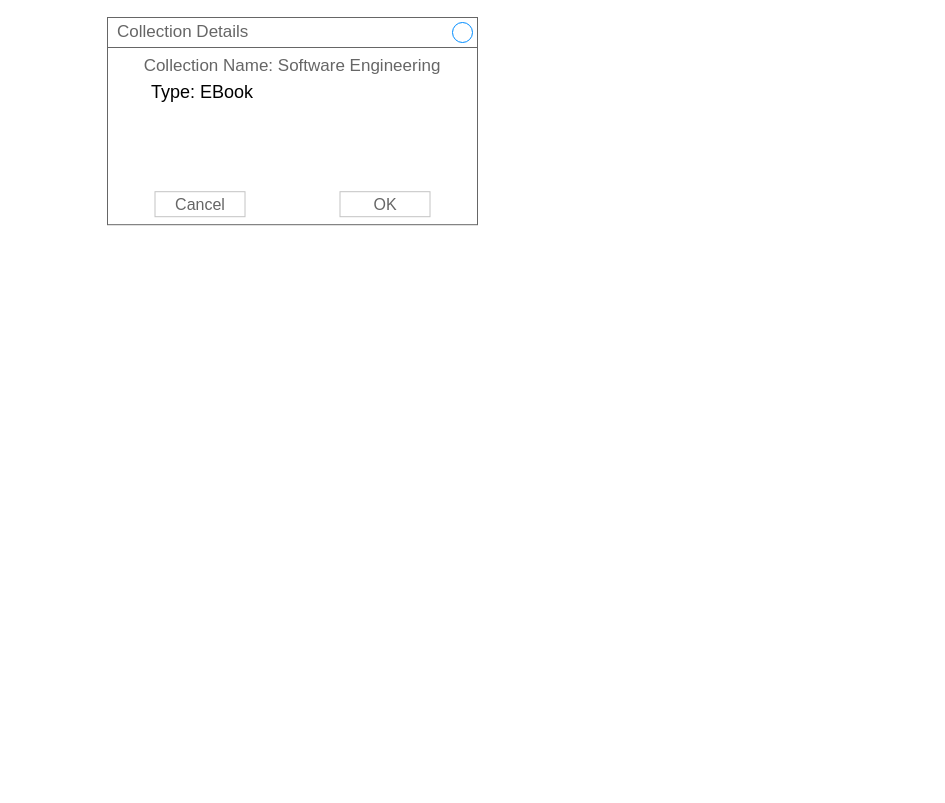
Earlier version of the draw.io diagram Use Case.drawio (jonamadk/DrawIO). Source tidied: cells renumbered, new cells numbered last; positions are measured from the earlier drawing's top-left corner, leaving out a move shared by most shapes. Both pictures are drawn from the tidied source at 100%, with x=0, y=0 at pixel (17, 17).
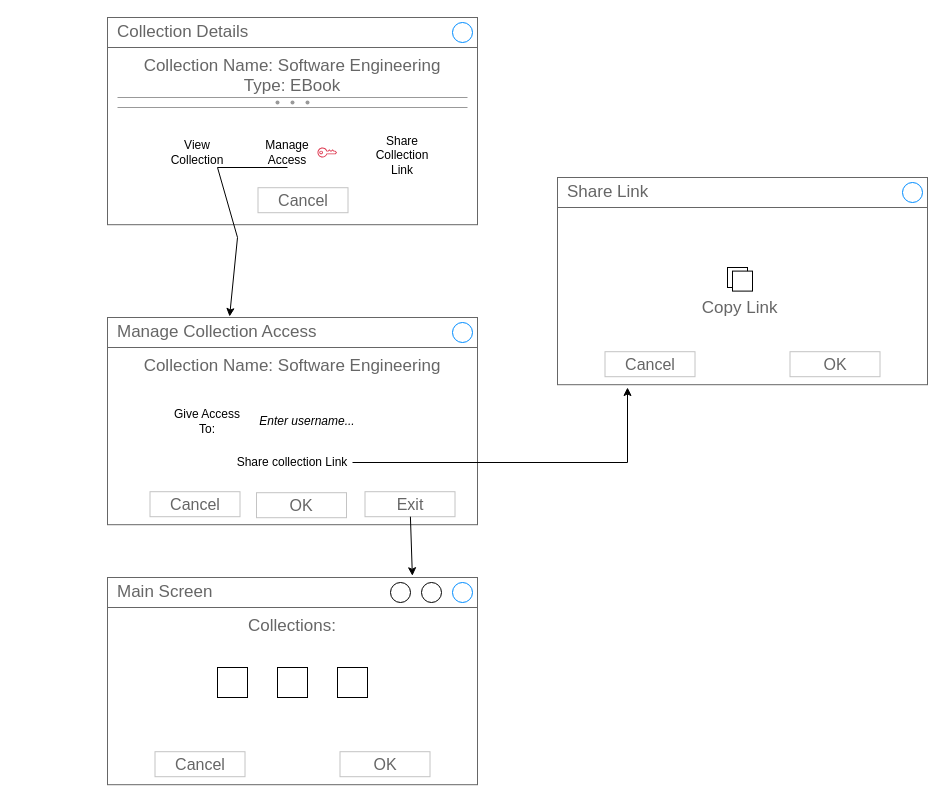
After the change.

Change to the diagram source:
```diff
@@
-    <mxCell id="2" value="Collection Name: Software Engineering" style="strokeWidth=1;shadow=0;dashed=0;align=center;html=1;shape=mxgraph.mockup.containers.rrect;rSize=0;strokeColor=#666666;fontColor=#666666;fontSize=17;verticalAlign=top;whiteSpace=wrap;fillColor=#ffffff;spacingTop=32;" parent="1" vertex="1">
+    <mxCell id="2" value="Collection Name: Software Engineering&lt;br&gt;Type: EBook&lt;br&gt;" style="strokeWidth=1;shadow=0;dashed=0;align=center;html=1;shape=mxgraph.mockup.containers.rrect;rSize=0;strokeColor=#666666;fontColor=#666666;fontSize=17;verticalAlign=top;whiteSpace=wrap;fillColor=#ffffff;spacingTop=32;" parent="1" vertex="1">
       <mxGeometry x="90" width="370" height="207.2" as="geometry" />
     </mxCell>
@@
     <mxCell id="5" value="Cancel" style="strokeWidth=1;shadow=0;dashed=0;align=center;html=1;shape=mxgraph.mockup.containers.rrect;rSize=0;fontSize=16;fontColor=#666666;strokeColor=#c4c4c4;whiteSpace=wrap;fillColor=none;" parent="2" vertex="1">
       <mxGeometry x="0.25" y="1" width="90" height="25" relative="1" as="geometry">
-        <mxPoint x="-45" y="-33" as="offset" />
+        <mxPoint x="58" y="-37" as="offset" />
       </mxGeometry>
     </mxCell>
-    <mxCell id="6" value="OK" style="strokeWidth=1;shadow=0;dashed=0;align=center;html=1;shape=mxgraph.mockup.containers.rrect;rSize=0;fontSize=16;fontColor=#666666;strokeColor=#c4c4c4;whiteSpace=wrap;fillColor=none;" parent="2" vertex="1">
-      <mxGeometry x="0.75" y="1" width="90" height="25" relative="1" as="geometry">
-        <mxPoint x="-45" y="-33" as="offset" />
-      </mxGeometry>
-    </mxCell>
-    <mxCell id="7" value="&lt;font style=&quot;font-size: 18px;&quot;&gt;Type: EBook&lt;/font&gt;" style="text;html=1;strokeColor=none;fillColor=none;align=center;verticalAlign=middle;whiteSpace=wrap;rounded=0;" parent="1" vertex="1">
-      <mxGeometry y="60" width="370" height="30" as="geometry" />
-    </mxCell>
+    <mxCell id="8" style="sketch=0;fontColor=#232F3E;gradientColor=none;fillColor=#DD344C;strokeColor=none;dashed=0;verticalLabelPosition=bottom;verticalAlign=top;align=center;html=1;fontSize=12;fontStyle=0;shape=mxgraph.aws4.addon;" parent="2" vertex="1">
+      <mxGeometry x="210" y="130" width="19.5" height="10" as="geometry" />
+    </mxCell>
+    <mxCell id="9" value="Manage Access" style="text;html=1;strokeColor=none;fillColor=none;align=center;verticalAlign=middle;whiteSpace=wrap;rounded=0;" parent="2" vertex="1">
+      <mxGeometry x="150" y="120" width="60" height="30" as="geometry" />
+    </mxCell>
+    <mxCell id="10" value="View Collection" style="text;html=1;strokeColor=none;fillColor=none;align=center;verticalAlign=middle;whiteSpace=wrap;rounded=0;" parent="2" vertex="1">
+      <mxGeometry x="60" y="120" width="60" height="30" as="geometry" />
+    </mxCell>
+    <mxCell id="11" style="verticalLabelPosition=bottom;shadow=0;dashed=0;align=center;html=1;verticalAlign=top;strokeWidth=1;shape=mxgraph.mockup.forms.splitter;strokeColor=#999999;" parent="2" vertex="1">
+      <mxGeometry x="10" y="80" width="350" height="10" as="geometry" />
+    </mxCell>
+    <mxCell id="12" value="Collection Name: Software Engineering&lt;br&gt;" style="strokeWidth=1;shadow=0;dashed=0;align=center;html=1;shape=mxgraph.mockup.containers.rrect;rSize=0;strokeColor=#666666;fontColor=#666666;fontSize=17;verticalAlign=top;whiteSpace=wrap;fillColor=#ffffff;spacingTop=32;" parent="1" vertex="1">
+      <mxGeometry x="90" y="300" width="370" height="207.2" as="geometry" />
+    </mxCell>
+    <mxCell id="13" value="Manage Collection Access" style="strokeWidth=1;shadow=0;dashed=0;align=center;html=1;shape=mxgraph.mockup.containers.rrect;rSize=0;fontSize=17;fontColor=#666666;strokeColor=#666666;align=left;spacingLeft=8;fillColor=none;whiteSpace=wrap;" parent="12" vertex="1">
+      <mxGeometry width="370" height="30" relative="1" as="geometry" />
+    </mxCell>
+    <mxCell id="14" style="shape=ellipse;strokeColor=#008cff;fillColor=none;html=1;" parent="13" vertex="1">
+      <mxGeometry x="1" y="0.5" width="20" height="20" relative="1" as="geometry">
+        <mxPoint x="-25" y="-10" as="offset" />
+      </mxGeometry>
+    </mxCell>
+    <mxCell id="15" value="Cancel" style="strokeWidth=1;shadow=0;dashed=0;align=center;html=1;shape=mxgraph.mockup.containers.rrect;rSize=0;fontSize=16;fontColor=#666666;strokeColor=#c4c4c4;whiteSpace=wrap;fillColor=none;" parent="12" vertex="1">
+      <mxGeometry x="0.25" y="1" width="90" height="25" relative="1" as="geometry">
+        <mxPoint x="-50" y="-33" as="offset" />
+      </mxGeometry>
+    </mxCell>
+    <mxCell id="16" value="Exit" style="strokeWidth=1;shadow=0;dashed=0;align=center;html=1;shape=mxgraph.mockup.containers.rrect;rSize=0;fontSize=16;fontColor=#666666;strokeColor=#c4c4c4;whiteSpace=wrap;fillColor=none;" parent="12" vertex="1">
+      <mxGeometry x="0.75" y="1" width="90" height="25" relative="1" as="geometry">
+        <mxPoint x="-20" y="-33" as="offset" />
+      </mxGeometry>
+    </mxCell>
+    <mxCell id="17" value="&lt;i&gt;Enter username...&lt;/i&gt;" style="text;html=1;strokeColor=none;fillColor=none;align=center;verticalAlign=middle;whiteSpace=wrap;rounded=0;" parent="12" vertex="1">
+      <mxGeometry x="140" y="88.6" width="120" height="30" as="geometry" />
+    </mxCell>
+    <mxCell id="18" value="Give Access To:" style="text;html=1;strokeColor=none;fillColor=none;align=center;verticalAlign=middle;whiteSpace=wrap;rounded=0;" parent="12" vertex="1">
+      <mxGeometry x="60" y="83.6" width="80" height="40" as="geometry" />
+    </mxCell>
+    <mxCell id="19" value="Share collection Link" style="text;html=1;strokeColor=none;fillColor=none;align=center;verticalAlign=middle;whiteSpace=wrap;rounded=0;" parent="12" vertex="1">
+      <mxGeometry x="125" y="130" width="120" height="30" as="geometry" />
+    </mxCell>
+    <mxCell id="20" value="OK" style="strokeWidth=1;shadow=0;dashed=0;align=center;html=1;shape=mxgraph.mockup.containers.rrect;rSize=0;fontSize=16;fontColor=#666666;strokeColor=#c4c4c4;whiteSpace=wrap;fillColor=none;" parent="12" vertex="1">
+      <mxGeometry x="149" y="175.2" width="90" height="25" as="geometry" />
+    </mxCell>
+    <mxCell id="21" style="endArrow=classic;html=1;rounded=0;entryX=0.33;entryY=-0.033;entryDx=0;entryDy=0;entryPerimeter=0;exitX=0.5;exitY=1;exitDx=0;exitDy=0;" parent="1" edge="1" source="9" target="13">
+      <mxGeometry relative="1" as="geometry">
+        <Array as="points">
+          <mxPoint x="200" y="150" />
+          <mxPoint x="220" y="220" />
+        </Array>
+      </mxGeometry>
+    </mxCell>
+    <mxCell id="22" value="&lt;br&gt;&lt;br&gt;&lt;br&gt;&lt;br&gt;Copy Link&amp;nbsp;" style="strokeWidth=1;shadow=0;dashed=0;align=center;html=1;shape=mxgraph.mockup.containers.rrect;rSize=0;strokeColor=#666666;fontColor=#666666;fontSize=17;verticalAlign=top;whiteSpace=wrap;fillColor=#ffffff;spacingTop=32;" parent="1" vertex="1">
+      <mxGeometry x="540" y="160" width="370" height="207.2" as="geometry" />
+    </mxCell>
+    <mxCell id="23" value="Share Link" style="strokeWidth=1;shadow=0;dashed=0;align=center;html=1;shape=mxgraph.mockup.containers.rrect;rSize=0;fontSize=17;fontColor=#666666;strokeColor=#666666;align=left;spacingLeft=8;fillColor=none;whiteSpace=wrap;" parent="22" vertex="1">
+      <mxGeometry width="370" height="30" relative="1" as="geometry" />
+    </mxCell>
+    <mxCell id="24" style="shape=ellipse;strokeColor=#008cff;fillColor=none;html=1;" parent="23" vertex="1">
+      <mxGeometry x="1" y="0.5" width="20" height="20" relative="1" as="geometry">
+        <mxPoint x="-25" y="-10" as="offset" />
+      </mxGeometry>
+    </mxCell>
+    <mxCell id="25" value="Cancel" style="strokeWidth=1;shadow=0;dashed=0;align=center;html=1;shape=mxgraph.mockup.containers.rrect;rSize=0;fontSize=16;fontColor=#666666;strokeColor=#c4c4c4;whiteSpace=wrap;fillColor=none;" parent="22" vertex="1">
+      <mxGeometry x="0.25" y="1" width="90" height="25" relative="1" as="geometry">
+        <mxPoint x="-45" y="-33" as="offset" />
+      </mxGeometry>
+    </mxCell>
+    <mxCell id="26" value="OK" style="strokeWidth=1;shadow=0;dashed=0;align=center;html=1;shape=mxgraph.mockup.containers.rrect;rSize=0;fontSize=16;fontColor=#666666;strokeColor=#c4c4c4;whiteSpace=wrap;fillColor=none;" parent="22" vertex="1">
+      <mxGeometry x="0.75" y="1" width="90" height="25" relative="1" as="geometry">
+        <mxPoint x="-45" y="-33" as="offset" />
+      </mxGeometry>
+    </mxCell>
+    <mxCell id="27" style="whiteSpace=wrap;html=1;" parent="22" vertex="1">
+      <mxGeometry x="170" y="90" width="20" height="20" as="geometry" />
+    </mxCell>
+    <mxCell id="28" style="whiteSpace=wrap;html=1;direction=south;" parent="22" vertex="1">
+      <mxGeometry x="175" y="93.6" width="20" height="20" as="geometry" />
+    </mxCell>
+    <mxCell id="29" value="Share Collection Link" style="text;html=1;strokeColor=none;fillColor=none;align=center;verticalAlign=middle;whiteSpace=wrap;rounded=0;" parent="1" vertex="1">
+      <mxGeometry x="355" y="123" width="60" height="30" as="geometry" />
+    </mxCell>
+    <mxCell id="30" style="endArrow=classic;html=1;rounded=0;exitX=1;exitY=0.5;exitDx=0;exitDy=0;" parent="1" edge="1" source="19">
+      <mxGeometry relative="1" as="geometry">
+        <mxPoint x="610" y="370" as="targetPoint" />
+        <Array as="points">
+          <mxPoint x="610" y="445" />
+        </Array>
+      </mxGeometry>
+    </mxCell>
+    <mxCell id="31" value="Collections:" style="strokeWidth=1;shadow=0;dashed=0;align=center;html=1;shape=mxgraph.mockup.containers.rrect;rSize=0;strokeColor=#666666;fontColor=#666666;fontSize=17;verticalAlign=top;whiteSpace=wrap;fillColor=#ffffff;spacingTop=32;" parent="1" vertex="1">
+      <mxGeometry x="90" y="560" width="370" height="207.2" as="geometry" />
+    </mxCell>
+    <mxCell id="32" value="Main Screen" style="strokeWidth=1;shadow=0;dashed=0;align=center;html=1;shape=mxgraph.mockup.containers.rrect;rSize=0;fontSize=17;fontColor=#666666;strokeColor=#666666;align=left;spacingLeft=8;fillColor=none;whiteSpace=wrap;" parent="31" vertex="1">
+      <mxGeometry width="370" height="30" relative="1" as="geometry" />
+    </mxCell>
+    <mxCell id="33" style="shape=ellipse;strokeColor=#008cff;fillColor=none;html=1;" parent="32" vertex="1">
+      <mxGeometry x="1" y="0.5" width="20" height="20" relative="1" as="geometry">
+        <mxPoint x="-25" y="-10" as="offset" />
+      </mxGeometry>
+    </mxCell>
+    <mxCell id="34" style="ellipse;whiteSpace=wrap;html=1;" parent="32" vertex="1">
+      <mxGeometry x="314" y="5" width="20" height="20" as="geometry" />
+    </mxCell>
+    <mxCell id="35" value="Cancel" style="strokeWidth=1;shadow=0;dashed=0;align=center;html=1;shape=mxgraph.mockup.containers.rrect;rSize=0;fontSize=16;fontColor=#666666;strokeColor=#c4c4c4;whiteSpace=wrap;fillColor=none;" parent="31" vertex="1">
+      <mxGeometry x="0.25" y="1" width="90" height="25" relative="1" as="geometry">
+        <mxPoint x="-45" y="-33" as="offset" />
+      </mxGeometry>
+    </mxCell>
+    <mxCell id="36" value="OK" style="strokeWidth=1;shadow=0;dashed=0;align=center;html=1;shape=mxgraph.mockup.containers.rrect;rSize=0;fontSize=16;fontColor=#666666;strokeColor=#c4c4c4;whiteSpace=wrap;fillColor=none;" parent="31" vertex="1">
+      <mxGeometry x="0.75" y="1" width="90" height="25" relative="1" as="geometry">
+        <mxPoint x="-45" y="-33" as="offset" />
+      </mxGeometry>
+    </mxCell>
+    <mxCell id="37" style="whiteSpace=wrap;html=1;" parent="31" vertex="1">
+      <mxGeometry x="170" y="90" width="30" height="30" as="geometry" />
+    </mxCell>
+    <mxCell id="38" style="whiteSpace=wrap;html=1;" parent="31" vertex="1">
+      <mxGeometry x="230" y="90" width="30" height="30" as="geometry" />
+    </mxCell>
+    <mxCell id="39" style="whiteSpace=wrap;html=1;" parent="31" vertex="1">
+      <mxGeometry x="110" y="90" width="30" height="30" as="geometry" />
+    </mxCell>
+    <mxCell id="40" style="endArrow=classic;html=1;rounded=0;entryX=0.824;entryY=-0.058;entryDx=0;entryDy=0;entryPerimeter=0;" parent="1" edge="1" source="16" target="32">
+      <mxGeometry relative="1" as="geometry" />
+    </mxCell>
+    <mxCell id="41" style="ellipse;whiteSpace=wrap;html=1;" parent="1" vertex="1">
+      <mxGeometry x="373" y="565" width="20" height="20" as="geometry" />
+    </mxCell>
```
